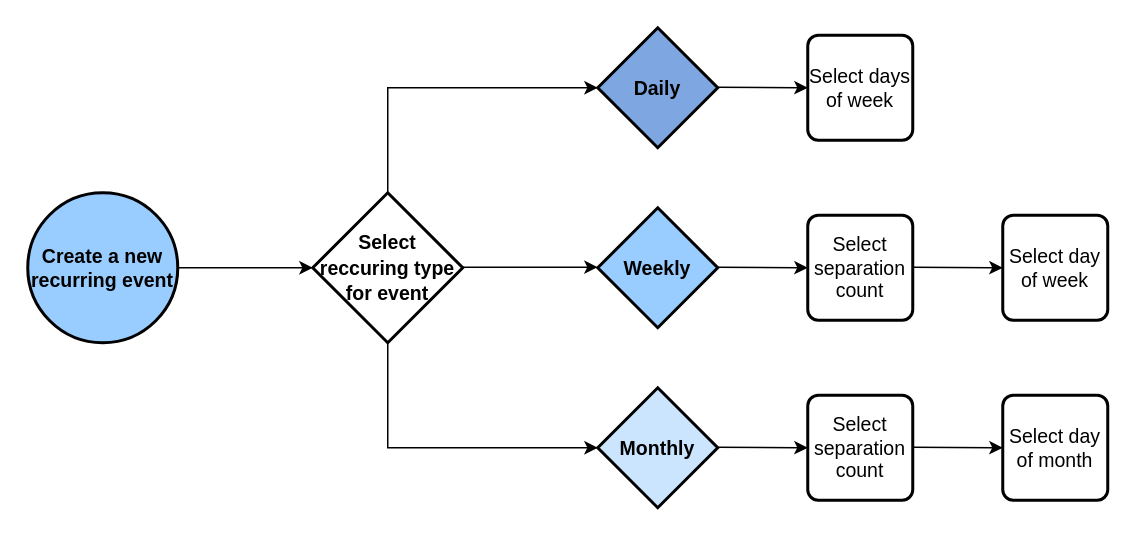
TeodoraLazaroiu/Meeting-Management-Application keeps this draw.io diagram as Documentation/meetings.recurrence.drawio. Above is the earlier version. Source tidied: cells renumbered, new cells numbered last; positions are measured from the earlier drawing's top-left corner, leaving out a move shared by most shapes. Both pictures are drawn from the tidied source at 150%, with x=0, y=0 at pixel (27, 27).
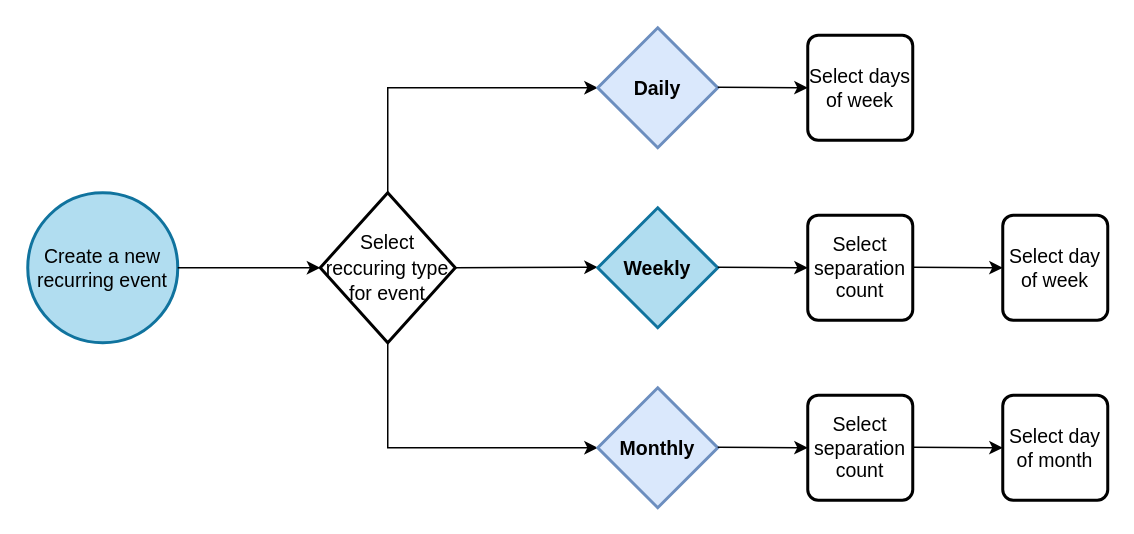
After the change.

Diff of the diagram source:
```diff
@@
-    <mxCell id="2" value="&lt;b&gt;&lt;font style=&quot;font-size: 13px;&quot;&gt;Create a new recurring event&lt;/font&gt;&lt;/b&gt;" style="strokeWidth=2;html=1;shape=mxgraph.flowchart.start_2;whiteSpace=wrap;fillColor=#99CCFF;" parent="1" vertex="1">
+    <mxCell id="2" value="&lt;font style=&quot;font-size: 13px;&quot;&gt;Create a new recurring event&lt;/font&gt;" style="strokeWidth=2;html=1;shape=mxgraph.flowchart.start_2;whiteSpace=wrap;fillColor=#b1ddf0;strokeColor=#10739e;" parent="1" vertex="1">
       <mxGeometry y="110" width="100" height="100" as="geometry" />
     </mxCell>
-    <mxCell id="3" style="endArrow=classic;html=1;rounded=0;fontSize=14;exitX=1;exitY=0.5;exitDx=0;exitDy=0;exitPerimeter=0;" parent="1" edge="1" source="2">
-      <mxGeometry relative="1" as="geometry">
-        <mxPoint x="190" y="160" as="targetPoint" />
-      </mxGeometry>
+    <mxCell id="3" style="endArrow=classic;html=1;rounded=0;fontSize=14;exitX=1;exitY=0.5;exitDx=0;exitDy=0;exitPerimeter=0;entryX=0;entryY=0.5;entryDx=0;entryDy=0;entryPerimeter=0;" parent="1" edge="1" source="2" target="4">
+      <mxGeometry relative="1" as="geometry" />
     </mxCell>
-    <mxCell id="4" value="&lt;b style=&quot;border-color: var(--border-color);&quot;&gt;&lt;font style=&quot;border-color: var(--border-color); font-size: 13px;&quot;&gt;Select reccuring type for event&lt;/font&gt;&lt;/b&gt;" style="strokeWidth=2;html=1;shape=mxgraph.flowchart.decision;whiteSpace=wrap;fontSize=14;" parent="1" vertex="1">
-      <mxGeometry x="190" y="110" width="100" height="100" as="geometry" />
+    <mxCell id="4" value="&lt;span style=&quot;border-color: var(--border-color);&quot;&gt;&lt;font style=&quot;border-color: var(--border-color); font-size: 13px;&quot;&gt;Select reccuring type for event&lt;/font&gt;&lt;/span&gt;" style="strokeWidth=2;html=1;shape=mxgraph.flowchart.decision;whiteSpace=wrap;fontSize=14;" parent="1" vertex="1">
+      <mxGeometry x="195" y="110" width="90" height="100" as="geometry" />
     </mxCell>
-    <mxCell id="5" style="endArrow=classic;html=1;rounded=0;fontSize=14;exitX=1;exitY=0.5;exitDx=0;exitDy=0;exitPerimeter=0;" parent="1" edge="1">
+    <mxCell id="5" style="endArrow=classic;html=1;rounded=0;fontSize=14;exitX=1;exitY=0.5;exitDx=0;exitDy=0;exitPerimeter=0;" parent="1" edge="1" source="4">
       <mxGeometry relative="1" as="geometry">
-        <mxPoint x="290" y="159.6" as="sourcePoint" />
         <mxPoint x="380" y="159.6" as="targetPoint" />
       </mxGeometry>
     </mxCell>
@@
-    <mxCell id="8" value="&lt;b&gt;Daily&lt;/b&gt;" style="strokeWidth=2;html=1;shape=mxgraph.flowchart.decision;whiteSpace=wrap;fontSize=13;fillColor=#7EA6E0;" parent="1" vertex="1">
+    <mxCell id="8" value="&lt;b&gt;Daily&lt;/b&gt;" style="strokeWidth=2;html=1;shape=mxgraph.flowchart.decision;whiteSpace=wrap;fontSize=13;fillColor=#dae8fc;strokeColor=#6c8ebf;" parent="1" vertex="1">
       <mxGeometry x="380" width="80" height="80" as="geometry" />
     </mxCell>
-    <mxCell id="9" value="&lt;b&gt;Weekly&lt;/b&gt;" style="strokeWidth=2;html=1;shape=mxgraph.flowchart.decision;whiteSpace=wrap;fontSize=13;fillColor=#99CCFF;" parent="1" vertex="1">
+    <mxCell id="9" value="&lt;b&gt;Weekly&lt;/b&gt;" style="strokeWidth=2;html=1;shape=mxgraph.flowchart.decision;whiteSpace=wrap;fontSize=13;fillColor=#b1ddf0;strokeColor=#10739e;" parent="1" vertex="1">
       <mxGeometry x="380" y="120" width="80" height="80" as="geometry" />
     </mxCell>
-    <mxCell id="10" value="&lt;b&gt;Monthly&lt;/b&gt;" style="strokeWidth=2;html=1;shape=mxgraph.flowchart.decision;whiteSpace=wrap;fontSize=13;fillColor=#CCE5FF;" parent="1" vertex="1">
+    <mxCell id="10" value="&lt;b&gt;Monthly&lt;/b&gt;" style="strokeWidth=2;html=1;shape=mxgraph.flowchart.decision;whiteSpace=wrap;fontSize=13;fillColor=#dae8fc;strokeColor=#6c8ebf;" parent="1" vertex="1">
       <mxGeometry x="380" y="240" width="80" height="80" as="geometry" />
     </mxCell>
```
